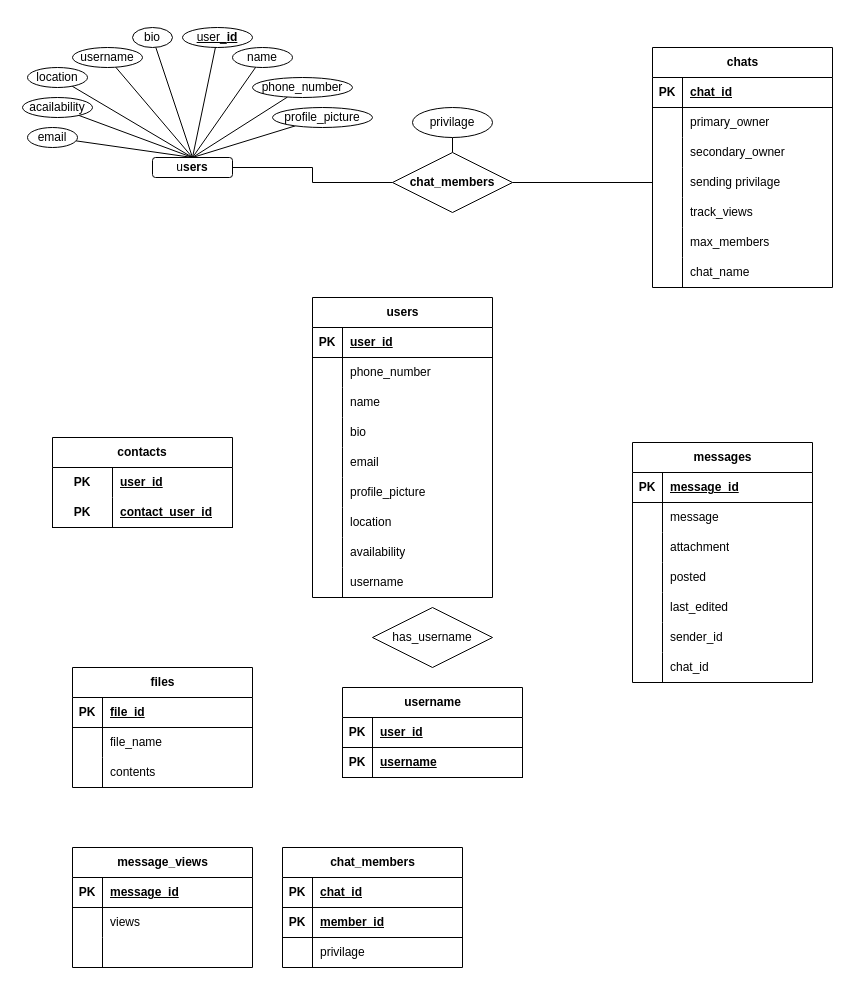
Above: ER Diagram.drawio in ParkerTenBroeck/COSC_3P32 (draw.io), before the change. Source tidied: cells renumbered, new cells numbered last; positions are measured from the earlier drawing's top-left corner, leaving out a move shared by most shapes. Both pictures are drawn from the tidied source at 100%, with x=0, y=0 at pixel (22, 27).
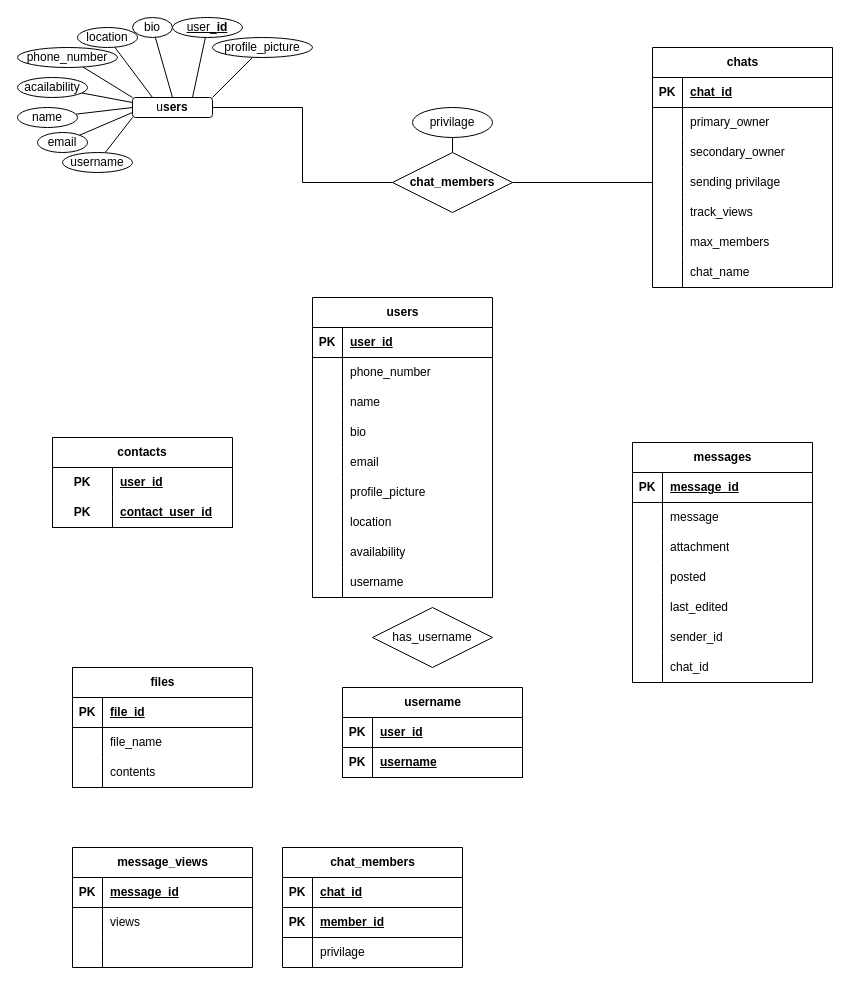
Above is the later version.

Commit message (it also covers changes not shown here):
this is awful

Diff of the diagram source:
```diff
@@
-    <mxCell id="124" style="rounded=0;jettySize=auto;html=1;exitX=0.5;exitY=0;exitDx=0;exitDy=0;endArrow=none;endFill=0;" parent="1" edge="1" source="133" target="134">
-      <mxGeometry relative="1" as="geometry" />
-    </mxCell>
-    <mxCell id="125" style="rounded=0;jettySize=auto;html=1;exitX=0.5;exitY=0;exitDx=0;exitDy=0;endArrow=none;endFill=0;" parent="1" edge="1" source="133" target="142">
-      <mxGeometry relative="1" as="geometry" />
-    </mxCell>
+    <mxCell id="132" style="rounded=0;jettySize=auto;html=1;exitX=0.5;exitY=0;exitDx=0;exitDy=0;endArrow=none;endFill=0;" parent="1" edge="1" source="133" target="137">
+      <mxGeometry relative="1" as="geometry" />
+    </mxCell>
+    <mxCell id="131" style="rounded=0;jettySize=auto;html=1;exitX=0;exitY=0.5;exitDx=0;exitDy=0;endArrow=none;endFill=0;" parent="1" edge="1" source="133" target="136">
+      <mxGeometry relative="1" as="geometry" />
+    </mxCell>
+    <mxCell id="129" style="rounded=0;jettySize=auto;html=1;exitX=0;exitY=0.75;exitDx=0;exitDy=0;endArrow=none;endFill=0;" parent="1" edge="1" source="133" target="138">
+      <mxGeometry relative="1" as="geometry" />
+    </mxCell>
-    <mxCell id="126" style="rounded=0;jettySize=auto;html=1;exitX=0.5;exitY=0;exitDx=0;exitDy=0;endArrow=none;endFill=0;" parent="1" edge="1" source="133" target="141">
+    <mxCell id="126" style="rounded=0;jettySize=auto;html=1;exitX=0;exitY=0.25;exitDx=0;exitDy=0;endArrow=none;endFill=0;" parent="1" edge="1" source="133" target="141">
       <mxGeometry relative="1" as="geometry" />
     </mxCell>
-    <mxCell id="127" style="rounded=0;jettySize=auto;html=1;exitX=0.5;exitY=0;exitDx=0;exitDy=0;endArrow=none;endFill=0;" parent="1" edge="1" source="133" target="140">
+    <mxCell id="127" style="rounded=0;jettySize=auto;html=1;exitX=0.25;exitY=0;exitDx=0;exitDy=0;endArrow=none;endFill=0;" parent="1" edge="1" source="133" target="140">
       <mxGeometry relative="1" as="geometry" />
     </mxCell>
+    <mxCell id="124" style="rounded=0;jettySize=auto;html=1;exitX=0.75;exitY=0;exitDx=0;exitDy=0;endArrow=none;endFill=0;" parent="1" edge="1" source="133" target="134">
+      <mxGeometry relative="1" as="geometry" />
+    </mxCell>
+    <mxCell id="130" style="rounded=0;jettySize=auto;html=1;exitX=0;exitY=0;exitDx=0;exitDy=0;endArrow=none;endFill=0;" parent="1" edge="1" source="133" target="135">
+      <mxGeometry relative="1" as="geometry" />
+    </mxCell>
-    <mxCell id="128" style="rounded=0;jettySize=auto;html=1;exitX=0.5;exitY=0;exitDx=0;exitDy=0;endArrow=none;endFill=0;" parent="1" edge="1" source="133" target="139">
+    <mxCell id="128" style="rounded=0;jettySize=auto;html=1;exitX=1;exitY=0;exitDx=0;exitDy=0;endArrow=none;endFill=0;" parent="1" edge="1" source="133" target="139">
       <mxGeometry relative="1" as="geometry" />
     </mxCell>
-    <mxCell id="129" style="rounded=0;jettySize=auto;html=1;exitX=0.5;exitY=0;exitDx=0;exitDy=0;endArrow=none;endFill=0;" parent="1" edge="1" source="133" target="138">
-      <mxGeometry relative="1" as="geometry" />
-    </mxCell>
-    <mxCell id="130" style="rounded=0;jettySize=auto;html=1;exitX=0.5;exitY=0;exitDx=0;exitDy=0;endArrow=none;endFill=0;" parent="1" edge="1" source="133" target="135">
-      <mxGeometry relative="1" as="geometry" />
-    </mxCell>
-    <mxCell id="131" style="rounded=0;jettySize=auto;html=1;exitX=0.5;exitY=0;exitDx=0;exitDy=0;endArrow=none;endFill=0;" parent="1" edge="1" source="133" target="136">
-      <mxGeometry relative="1" as="geometry" />
-    </mxCell>
-    <mxCell id="132" style="rounded=0;jettySize=auto;html=1;exitX=0.5;exitY=0;exitDx=0;exitDy=0;endArrow=none;endFill=0;" parent="1" edge="1" source="133" target="137">
-      <mxGeometry relative="1" as="geometry" />
-    </mxCell>
+    <mxCell id="125" style="rounded=0;jettySize=auto;html=1;exitX=0;exitY=1;exitDx=0;exitDy=0;endArrow=none;endFill=0;" parent="1" edge="1" source="133" target="142">
+      <mxGeometry relative="1" as="geometry" />
+    </mxCell>
     <mxCell id="133" value="u&lt;span style=&quot;font-weight: 700; background-color: initial;&quot;&gt;sers&lt;/span&gt;" style="rounded=1;whiteSpace=wrap;html=1;" parent="1" vertex="1">
-      <mxGeometry x="130" y="130" width="80" height="20" as="geometry" />
+      <mxGeometry x="110" y="70" width="80" height="20" as="geometry" />
     </mxCell>
     <mxCell id="134" value="&lt;u&gt;user_&lt;span style=&quot;font-weight: 700; text-align: left; background-color: initial;&quot;&gt;id&lt;/span&gt;&lt;/u&gt;" style="ellipse;whiteSpace=wrap;html=1;" parent="1" vertex="1">
-      <mxGeometry x="160" width="70" height="20" as="geometry" />
+      <mxGeometry x="150" y="-10" width="70" height="20" as="geometry" />
     </mxCell>
     <mxCell id="135" value="phone_number" style="ellipse;whiteSpace=wrap;html=1;" parent="1" vertex="1">
-      <mxGeometry x="230" y="50" width="100" height="20" as="geometry" />
+      <mxGeometry x="-5" y="20" width="100" height="20" as="geometry" />
     </mxCell>
-    <mxCell id="136" value="name" style="ellipse;whiteSpace=wrap;html=1;" parent="1" vertex="1">
-      <mxGeometry x="210" y="20" width="60" height="20" as="geometry" />
-    </mxCell>
     <mxCell id="137" value="bio" style="ellipse;whiteSpace=wrap;html=1;" parent="1" vertex="1">
-      <mxGeometry x="110" width="40" height="20" as="geometry" />
+      <mxGeometry x="110" y="-10" width="40" height="20" as="geometry" />
     </mxCell>
     <mxCell id="138" value="email" style="ellipse;whiteSpace=wrap;html=1;" parent="1" vertex="1">
-      <mxGeometry x="5" y="100" width="50" height="20" as="geometry" />
+      <mxGeometry x="15" y="105" width="50" height="20" as="geometry" />
     </mxCell>
     <mxCell id="139" value="profile_picture" style="ellipse;whiteSpace=wrap;html=1;" parent="1" vertex="1">
-      <mxGeometry x="250" y="80" width="100" height="20" as="geometry" />
+      <mxGeometry x="190" y="10" width="100" height="20" as="geometry" />
     </mxCell>
     <mxCell id="140" value="location" style="ellipse;whiteSpace=wrap;html=1;" parent="1" vertex="1">
-      <mxGeometry x="5" y="40" width="60" height="20" as="geometry" />
+      <mxGeometry x="55" width="60" height="20" as="geometry" />
     </mxCell>
     <mxCell id="141" value="acailability" style="ellipse;whiteSpace=wrap;html=1;" parent="1" vertex="1">
-      <mxGeometry y="70" width="70" height="20" as="geometry" />
+      <mxGeometry x="-5" y="50" width="70" height="20" as="geometry" />
     </mxCell>
     <mxCell id="142" value="username" style="ellipse;whiteSpace=wrap;html=1;" parent="1" vertex="1">
-      <mxGeometry x="50" y="20" width="70" height="20" as="geometry" />
+      <mxGeometry x="40" y="125" width="70" height="20" as="geometry" />
     </mxCell>
+    <mxCell id="136" value="name" style="ellipse;whiteSpace=wrap;html=1;" parent="1" vertex="1">
+      <mxGeometry x="-5" y="80" width="60" height="20" as="geometry" />
+    </mxCell>
```
